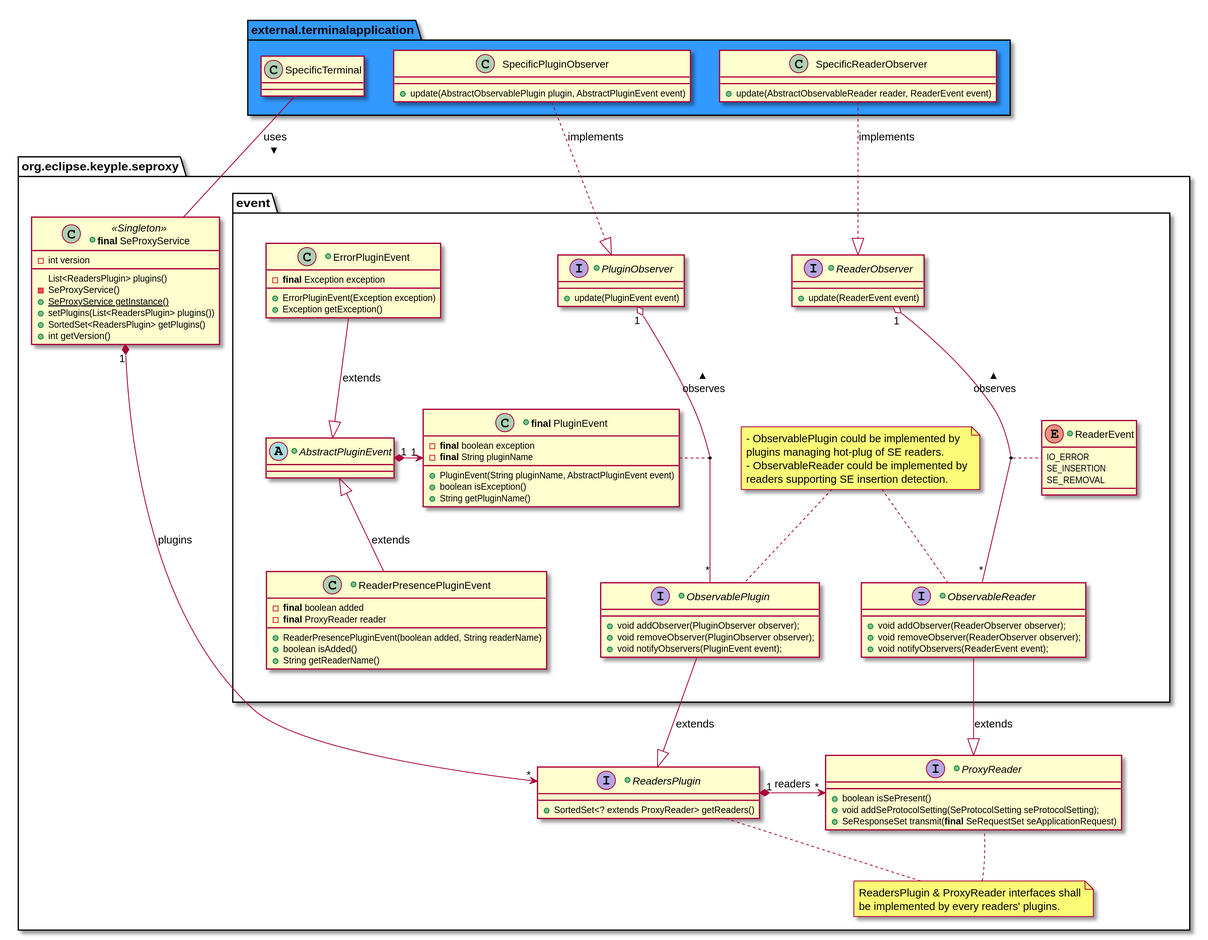
Above: keyple-core-spec/build/images/uml-classDiagram-seProxy-Event.svg in yvonneyam/keyple-doc-yy (PlantUML), before the change. Its diagram source:
```plantuml
@startuml
skinparam dpi 200


package org.eclipse.keyple.seproxy #FFFFFF {
+class "<b>final</b> SeProxyService" as SeProxyService << Singleton >> {
  -int version
  List<ReadersPlugin> plugins()
  -SeProxyService()
  +{static}SeProxyService getInstance()
  +setPlugins(List<ReadersPlugin> plugins())
  +SortedSet<ReadersPlugin> getPlugins()
  +int getVersion()
}
+interface ReadersPlugin {
  +SortedSet<? extends ProxyReader> getReaders()
}

+interface ProxyReader {
  +boolean isSePresent()
  +void addSeProtocolSetting(SeProtocolSetting seProtocolSetting);
  +SeResponseSet transmit(<b>final</b> SeRequestSet seApplicationRequest)
}

package event #FFFFFF {
together {
+enum ReaderEvent {
  IO_ERROR
  SE_INSERTION
  SE_REMOVAL
}

+interface ObservableReader {
  +void addObserver(ReaderObserver observer);
  +void removeObserver(ReaderObserver observer);
  +void notifyObservers(ReaderEvent event);
}

+interface ReaderObserver {
  +update(ReaderEvent event)
}
ReaderObserver "1" o-down- "*" ObservableReader : observes <
(ObservableReader, ReaderObserver) . ReaderEvent


+abstract AbstractPluginEvent {
}
+class ErrorPluginEvent {
  -<b>final</b> Exception exception
  +ErrorPluginEvent(Exception exception)
  +Exception getException()
}
+class ReaderPresencePluginEvent {
  -<b>final</b> boolean added
  -<b>final</b> ProxyReader reader
  +ReaderPresencePluginEvent(boolean added, String readerName)
  +boolean isAdded()
  +String getReaderName()
}

+class "<b>final</b> PluginEvent" as PluginEvent {
  -<b>final</b> boolean exception
  -<b>final</b> String pluginName
  +PluginEvent(String pluginName, AbstractPluginEvent event)
  +boolean isException()
  +String getPluginName()
}

ErrorPluginEvent -down-|> AbstractPluginEvent : extends
ReaderPresencePluginEvent -up-|> AbstractPluginEvent : extends

+interface ObservablePlugin {
  +void addObserver(PluginObserver observer);
  +void removeObserver(PluginObserver observer);
  +void notifyObservers(PluginEvent event);
}

+interface PluginObserver {
  +update(PluginEvent event)
}
PluginObserver "1" o-down- "*" ObservablePlugin : observes <
PluginEvent . (ObservablePlugin, PluginObserver)


note "- ObservablePlugin could be implemented by\nplugins managing hot-plug of SE readers.\n- ObservableReader could  be implemented by\nreaders supporting SE insertion detection."  as N2

}
N2 .. ObservablePlugin
N2 .. ObservableReader

AbstractPluginEvent "1" *-right-> "1" PluginEvent
}

SeProxyService -right[hidden]--> PluginObserver
PluginObserver -right[hidden]--> ReaderObserver

SeProxyService "1" *--> "*" ReadersPlugin : plugins
ReadersPlugin "1" *-right-> "*" ProxyReader : readers


ObservablePlugin -down-|> ReadersPlugin : extends
ObservableReader --|> ProxyReader : extends



note "ReadersPlugin & ProxyReader interfaces shall\nbe implemented by every readers' plugins."  as N1
N1 .. ReadersPlugin
N1 .. ProxyReader
}

package external.terminalapplication #3399FF {
  class SpecificTerminal

  class SpecificPluginObserver {
    +update(AbstractObservablePlugin plugin, AbstractPluginEvent event)
  }
  class SpecificReaderObserver {
    +update(AbstractObservableReader reader, ReaderEvent event)
  }

}


SpecificPluginObserver .down.|> PluginObserver : implements
SpecificReaderObserver .down.|> ReaderObserver : implements
SpecificTerminal -down- SeProxyService : uses >

ProxyReader -right[hidden]--> N1

@enduml
```
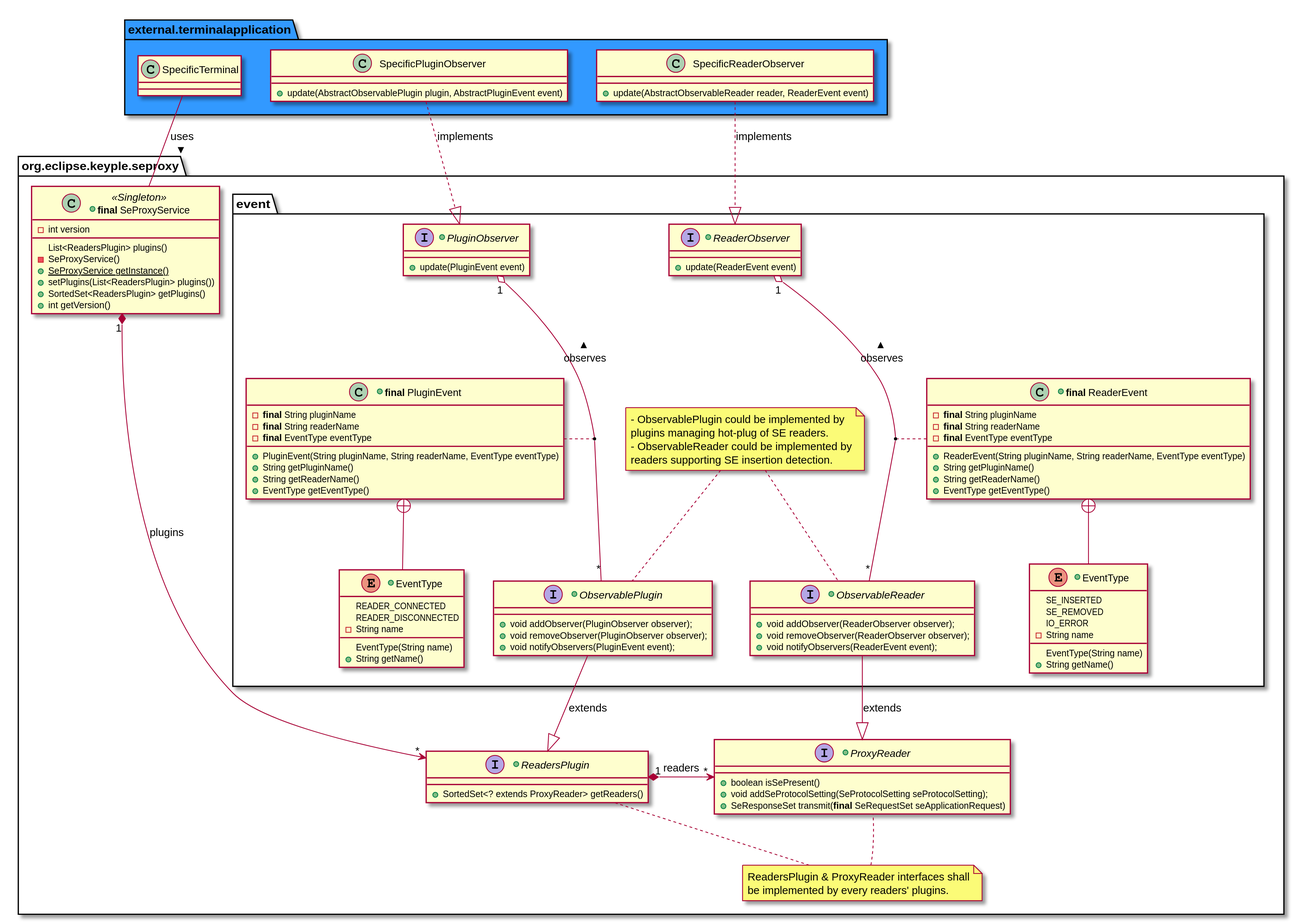
Later version of the same file.

Commit message:
Fix PluginEvent & ReaderEvent

The edit, as a diff of the source:
```diff
@@ -23,12 +23,27 @@
 }
 
 package event #FFFFFF {
-together {
-+enum ReaderEvent {
+
++class "<b>final</b> ReaderEvent" as ReaderEvent {
+  -<b>final</b> String pluginName
+  -<b>final</b> String readerName
+  -<b>final</b> EventType eventType
+  +ReaderEvent(String pluginName, String readerName, EventType eventType)
+  +String getPluginName()
+  +String getReaderName()
+  +EventType getEventType()
+}
+
++enum "EventType" as EventType_Reader {
+  SE_INSERTED
+  SE_REMOVED
   IO_ERROR
-  SE_INSERTION
-  SE_REMOVAL
+  -String name
+  EventType(String name)
+  +String getName()
 }
+
+EventType_Reader -down-+ ReaderEvent
 
 +interface ObservableReader {
   +void addObserver(ReaderObserver observer);
@@ -40,34 +55,29 @@
   +update(ReaderEvent event)
 }
 ReaderObserver "1" o-down- "*" ObservableReader : observes <
-(ObservableReader, ReaderObserver) . ReaderEvent
+ReaderEvent . (ReaderObserver, ObservableReader)
 
 
-+abstract AbstractPluginEvent {
-}
-+class ErrorPluginEvent {
-  -<b>final</b> Exception exception
-  +ErrorPluginEvent(Exception exception)
-  +Exception getException()
-}
-+class ReaderPresencePluginEvent {
-  -<b>final</b> boolean added
-  -<b>final</b> ProxyReader reader
-  +ReaderPresencePluginEvent(boolean added, String readerName)
-  +boolean isAdded()
+
++class "<b>final</b> PluginEvent" as PluginEvent {
+  -<b>final</b> String pluginName
+  -<b>final</b> String readerName
+  -<b>final</b> EventType eventType
+  +PluginEvent(String pluginName, String readerName, EventType eventType)
+  +String getPluginName()
   +String getReaderName()
+  +EventType getEventType()
 }
 
-+class "<b>final</b> PluginEvent" as PluginEvent {
-  -<b>final</b> boolean exception
-  -<b>final</b> String pluginName
-  +PluginEvent(String pluginName, AbstractPluginEvent event)
-  +boolean isException()
-  +String getPluginName()
++enum "EventType" as EventType_Plugin {
+  READER_CONNECTED
+  READER_DISCONNECTED
+  -String name
+  EventType(String name)
+  +String getName()
 }
 
-ErrorPluginEvent -down-|> AbstractPluginEvent : extends
-ReaderPresencePluginEvent -up-|> AbstractPluginEvent : extends
+EventType_Plugin -down-+ PluginEvent
 
 +interface ObservablePlugin {
   +void addObserver(PluginObserver observer);
@@ -84,11 +94,9 @@
 
 note "- ObservablePlugin could be implemented by\nplugins managing hot-plug of SE readers.\n- ObservableReader could  be implemented by\nreaders supporting SE insertion detection."  as N2
 
-}
 N2 .. ObservablePlugin
 N2 .. ObservableReader
 
-AbstractPluginEvent "1" *-right-> "1" PluginEvent
 }
 
 SeProxyService -right[hidden]--> PluginObserver
@@ -96,7 +104,6 @@
 
 SeProxyService "1" *--> "*" ReadersPlugin : plugins
 ReadersPlugin "1" *-right-> "*" ProxyReader : readers
-
 
 ObservablePlugin -down-|> ReadersPlugin : extends
 ObservableReader --|> ProxyReader : extends
```
